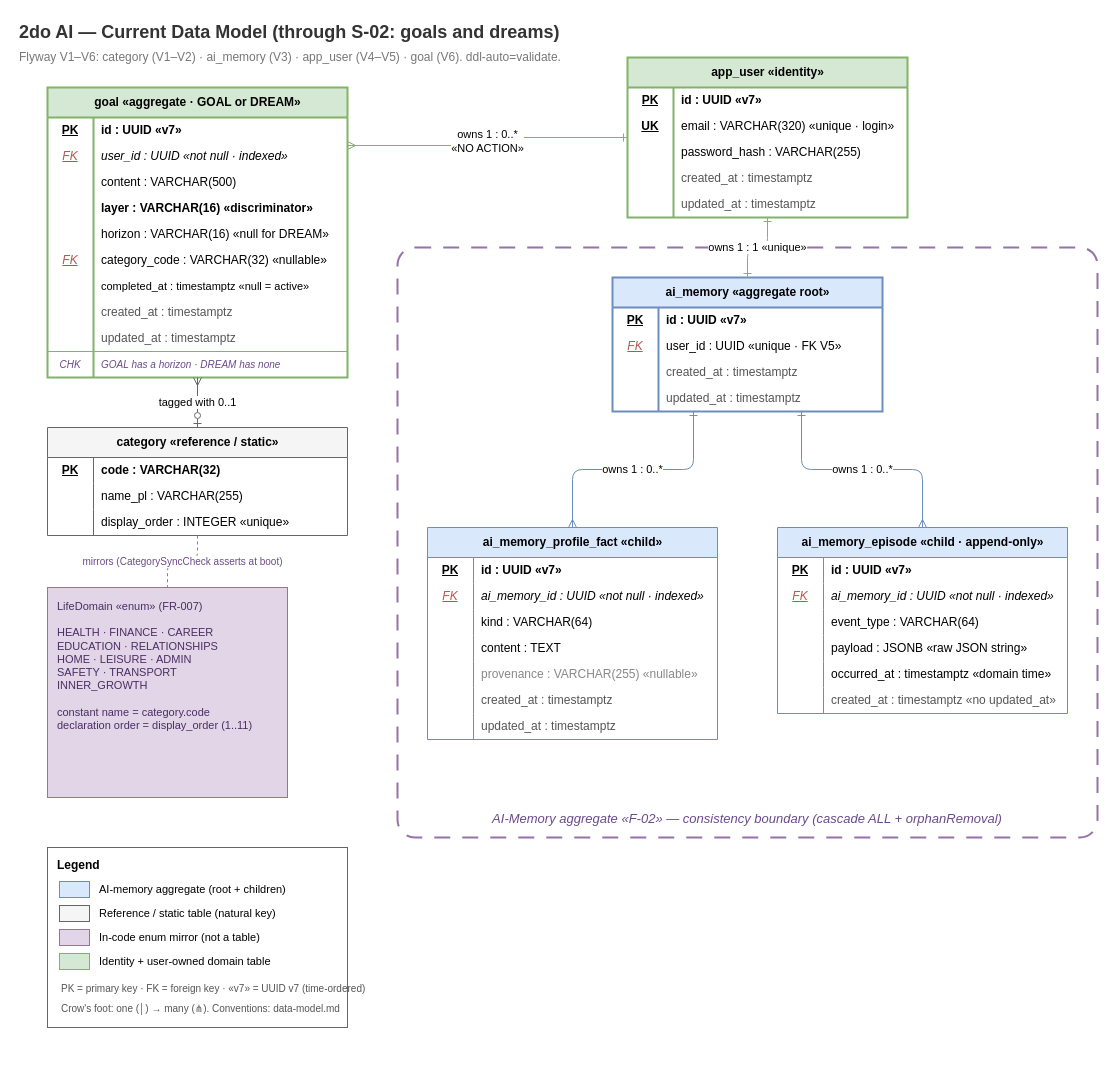
Earlier version of the draw.io diagram context/foundation/data-model-current.drawio (TheDariusz/2doai). Source tidied: cells renumbered, new cells numbered last; positions are measured from the earlier drawing's top-left corner, leaving out a move shared by most shapes. Both pictures are drawn from the tidied source at 100%, with x=0, y=0 at pixel (17, 17).
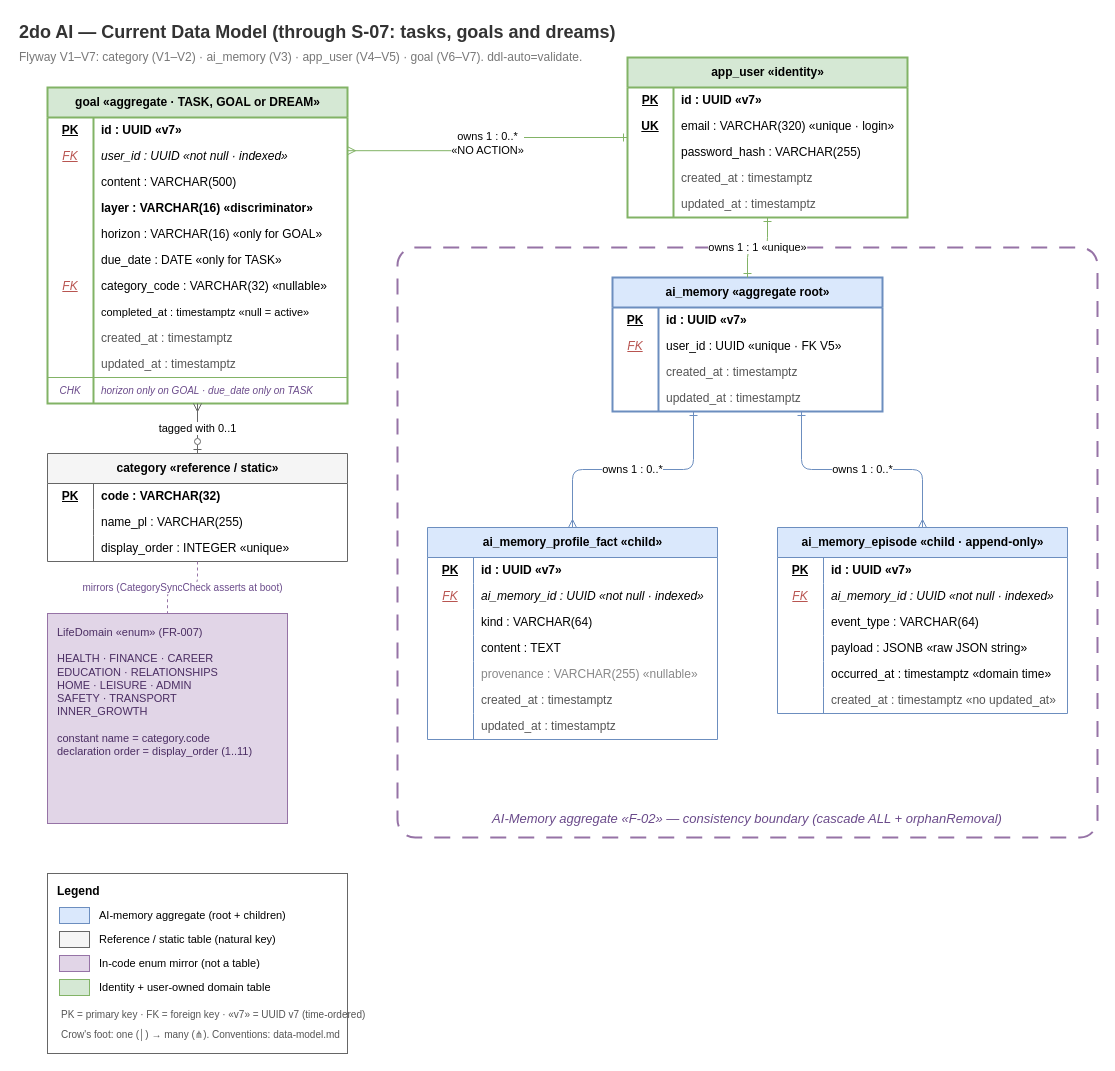
The same page after the edit.

The change refers to these unchanged cells:
```xml
<mxCell id="45" style="shape=tableRow;horizontal=0;startSize=0;swimlaneHead=0;swimlaneBody=0;strokeColor=inherit;top=0;left=0;right=0;bottom=0;fillColor=none;fontSize=12;" parent="32" vertex="1">
  <mxGeometry y="134" width="300" height="26" as="geometry" />
</mxCell>
```

The edit, as a diff of the source:
```diff
@@
-    <mxCell id="2" value="2do AI — Current Data Model (through S-02: goals and dreams)" style="text;html=1;align=left;verticalAlign=middle;fontSize=18;fontStyle=1;fontColor=#333333;" parent="1" vertex="1">
+    <mxCell id="2" value="2do AI — Current Data Model (through S-07: tasks, goals and dreams)" style="text;html=1;align=left;verticalAlign=middle;fontSize=18;fontStyle=1;fontColor=#333333;" parent="1" vertex="1">
       <mxGeometry width="760" height="30" as="geometry" />
     </mxCell>
-    <mxCell id="3" value="Flyway V1–V6:  category (V1–V2) · ai_memory (V3) · app_user (V4–V5) · goal (V6).  ddl-auto=validate." style="text;html=1;align=left;verticalAlign=middle;fontSize=12;fontColor=#777777;" parent="1" vertex="1">
+    <mxCell id="3" value="Flyway V1–V7:  category (V1–V2) · ai_memory (V3) · app_user (V4–V5) · goal (V6–V7).  ddl-auto=validate." style="text;html=1;align=left;verticalAlign=middle;fontSize=12;fontColor=#777777;" parent="1" vertex="1">
       <mxGeometry y="30" width="600" height="20" as="geometry" />
     </mxCell>
@@
     <mxCell id="5" value="category  «reference / static»" style="shape=table;startSize=30;childLayout=tableLayout;rowLines=0;fontStyle=1;align=center;strokeColor=#666666;fillColor=#f5f5f5;html=1;" parent="1" vertex="1">
-      <mxGeometry x="30" y="410" width="300" height="108" as="geometry" />
+      <mxGeometry x="30" y="436" width="300" height="108" as="geometry" />
     </mxCell>
@@
     <mxCell id="15" value="LifeDomain  «enum»  (FR-007)&#10;&#10;HEALTH · FINANCE · CAREER&#10;EDUCATION · RELATIONSHIPS&#10;HOME · LEISURE · ADMIN&#10;SAFETY · TRANSPORT&#10;INNER_GROWTH&#10;&#10;constant name  =  category.code&#10;declaration order  =  display_order (1..11)" style="rounded=0;whiteSpace=wrap;html=1;fillColor=#e1d5e7;strokeColor=#9673a6;fontColor=#4b2e63;align=left;verticalAlign=top;spacingLeft=8;spacingTop=6;fontSize=11;" parent="1" vertex="1">
-      <mxGeometry x="30" y="570" width="240" height="210" as="geometry" />
+      <mxGeometry x="30" y="596" width="240" height="210" as="geometry" />
     </mxCell>
@@
-    <mxCell id="32" value="goal  «aggregate · GOAL or DREAM»" style="shape=table;startSize=30;childLayout=tableLayout;rowLines=0;fontStyle=1;align=center;strokeColor=#82b366;strokeWidth=2;fillColor=#d5e8d4;html=1;" parent="1" vertex="1">
-      <mxGeometry x="30" y="70" width="300" height="290" as="geometry" />
+    <mxCell id="32" value="goal  «aggregate · TASK, GOAL or DREAM»" style="shape=table;startSize=30;childLayout=tableLayout;rowLines=0;fontStyle=1;align=center;strokeColor=#82b366;strokeWidth=2;fillColor=#d5e8d4;html=1;" parent="1" vertex="1">
+      <mxGeometry x="30" y="70" width="300" height="316" as="geometry" />
     </mxCell>
@@
-    <mxCell id="47" value="horizon : VARCHAR(16)  «null for DREAM»" style="shape=partialRectangle;html=1;whiteSpace=wrap;strokeColor=inherit;overflow=hidden;fillColor=none;top=0;left=0;bottom=0;right=0;align=left;spacingLeft=6;" parent="45" vertex="1">
+    <mxCell id="47" value="horizon : VARCHAR(16)  «only for GOAL»" style="shape=partialRectangle;html=1;whiteSpace=wrap;strokeColor=inherit;overflow=hidden;fillColor=none;top=0;left=0;bottom=0;right=0;align=left;spacingLeft=6;" parent="45" vertex="1">
       <mxGeometry x="46" width="254" height="26" as="geometry" />
     </mxCell>
+    <mxCell id="134" style="shape=tableRow;horizontal=0;startSize=0;swimlaneHead=0;swimlaneBody=0;strokeColor=inherit;top=0;left=0;right=0;bottom=0;fillColor=none;fontSize=12;" parent="32" vertex="1">
+      <mxGeometry y="160" width="300" height="26" as="geometry" />
+    </mxCell>
+    <mxCell id="135" style="shape=partialRectangle;html=1;whiteSpace=wrap;strokeColor=inherit;overflow=hidden;fillColor=none;top=0;left=0;bottom=0;right=0;" parent="134" vertex="1">
+      <mxGeometry width="46" height="26" as="geometry" />
+    </mxCell>
+    <mxCell id="136" value="due_date : DATE  «only for TASK»" style="shape=partialRectangle;html=1;whiteSpace=wrap;strokeColor=inherit;overflow=hidden;fillColor=none;top=0;left=0;bottom=0;right=0;align=left;spacingLeft=6;" parent="134" vertex="1">
+      <mxGeometry x="46" width="254" height="26" as="geometry" />
+    </mxCell>
     <mxCell id="48" style="shape=tableRow;horizontal=0;startSize=0;swimlaneHead=0;swimlaneBody=0;strokeColor=inherit;top=0;left=0;right=0;bottom=0;fillColor=none;fontSize=12;" parent="32" vertex="1">
-      <mxGeometry y="160" width="300" height="26" as="geometry" />
+      <mxGeometry y="186" width="300" height="26" as="geometry" />
     </mxCell>
@@
     <mxCell id="51" style="shape=tableRow;horizontal=0;startSize=0;swimlaneHead=0;swimlaneBody=0;strokeColor=inherit;top=0;left=0;right=0;bottom=0;fillColor=none;fontSize=12;" parent="32" vertex="1">
-      <mxGeometry y="186" width="300" height="26" as="geometry" />
+      <mxGeometry y="212" width="300" height="26" as="geometry" />
     </mxCell>
@@
     <mxCell id="54" style="shape=tableRow;horizontal=0;startSize=0;swimlaneHead=0;swimlaneBody=0;strokeColor=inherit;top=0;left=0;right=0;bottom=0;fillColor=none;fontSize=12;" parent="32" vertex="1">
-      <mxGeometry y="212" width="300" height="26" as="geometry" />
+      <mxGeometry y="238" width="300" height="26" as="geometry" />
     </mxCell>
@@
     <mxCell id="57" style="shape=tableRow;horizontal=0;startSize=0;swimlaneHead=0;swimlaneBody=0;strokeColor=inherit;top=0;left=0;right=0;bottom=0;fillColor=none;fontSize=12;" parent="32" vertex="1">
-      <mxGeometry y="238" width="300" height="26" as="geometry" />
+      <mxGeometry y="264" width="300" height="26" as="geometry" />
     </mxCell>
@@
     <mxCell id="60" style="shape=tableRow;horizontal=0;startSize=0;swimlaneHead=0;swimlaneBody=0;strokeColor=inherit;top=1;left=0;right=0;bottom=0;fillColor=none;fontSize=12;" parent="32" vertex="1">
-      <mxGeometry y="264" width="300" height="26" as="geometry" />
+      <mxGeometry y="290" width="300" height="26" as="geometry" />
     </mxCell>
@@
-    <mxCell id="62" value="GOAL has a horizon · DREAM has none" style="shape=partialRectangle;html=1;whiteSpace=wrap;strokeColor=inherit;overflow=hidden;fillColor=none;top=0;left=0;bottom=0;right=0;align=left;spacingLeft=6;fontStyle=2;fontSize=10;fontColor=#6a4a8a;" parent="60" vertex="1">
+    <mxCell id="62" value="horizon only on GOAL · due_date only on TASK" style="shape=partialRectangle;html=1;whiteSpace=wrap;strokeColor=inherit;overflow=hidden;fillColor=none;top=0;left=0;bottom=0;right=0;align=left;spacingLeft=6;fontStyle=2;fontSize=10;fontColor=#6a4a8a;" parent="60" vertex="1">
       <mxGeometry x="46" width="254" height="26" as="geometry" />
     </mxCell>
@@
     <mxCell id="123" value="Legend" style="rounded=0;whiteSpace=wrap;html=1;fillColor=none;strokeColor=#666666;verticalAlign=top;fontStyle=1;align=left;spacingLeft=8;spacingTop=4;" parent="1" vertex="1">
-      <mxGeometry x="30" y="830" width="300" height="180" as="geometry" />
+      <mxGeometry x="30" y="856" width="300" height="180" as="geometry" />
     </mxCell>
```
